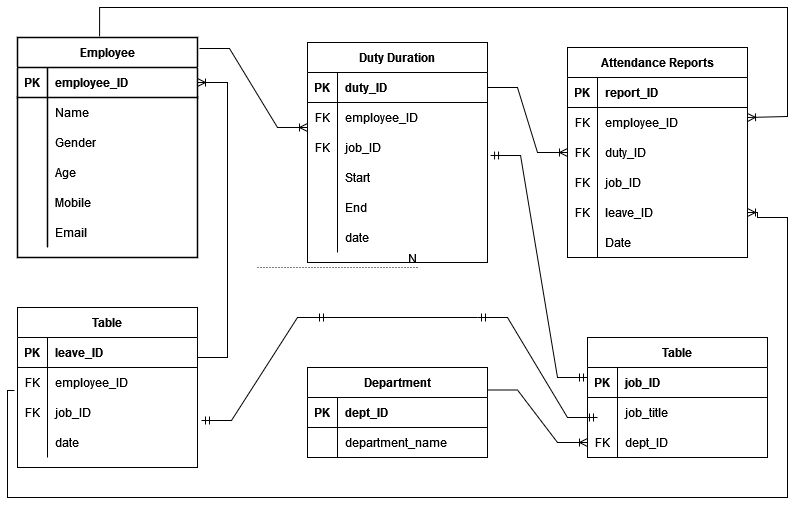
This is postgresql/ER Diagram of AMS.drawio.png from Jaskaran11/Training, a draw.io export, as it was before one commit. Source tidied: cells renumbered, new cells last; positions are measured from the earlier drawing's top-left corner, leaving out a move shared by most shapes.
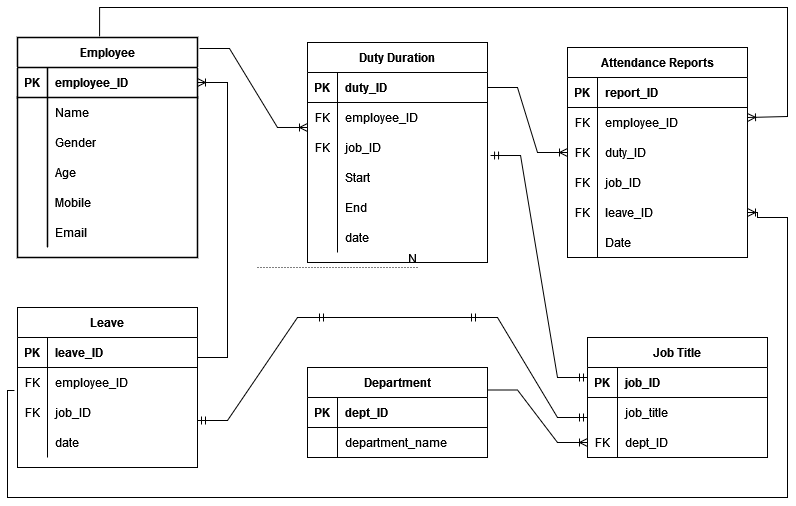
After the change.

What changed in the source:
```diff
@@ -197,7 +197,7 @@
     <mxCell id="66" value="department_name" style="shape=partialRectangle;fillColor=none;top=0;left=0;bottom=0;right=0;align=left;spacingLeft=6;overflow=hidden;shadow=0;strokeColor=default;strokeWidth=1;" parent="64" vertex="1">
       <mxGeometry x="30" width="150" height="30" as="geometry" />
     </mxCell>
-    <mxCell id="67" value="Table" style="shape=table;startSize=30;rowLines=0;fontStyle=1;align=center;shadow=0;strokeColor=default;strokeWidth=1;fillColor=default;gradientColor=none;" parent="1" vertex="1">
+    <mxCell id="67" value="Job Title" style="shape=table;startSize=30;rowLines=0;fontStyle=1;align=center;shadow=0;strokeColor=default;strokeWidth=1;fillColor=default;gradientColor=none;" parent="1" vertex="1">
       <mxGeometry x="580" y="330" width="180" height="120" as="geometry" />
     </mxCell>
     <mxCell id="68" style="shape=tableRow;horizontal=0;startSize=0;swimlaneHead=0;swimlaneBody=0;fillColor=none;top=0;left=0;right=0;bottom=1;shadow=0;strokeColor=default;strokeWidth=1;" parent="67" vertex="1">
@@ -227,7 +227,7 @@
     <mxCell id="76" value="dept_ID" style="shape=partialRectangle;fillColor=none;top=0;left=0;bottom=0;right=0;align=left;spacingLeft=6;overflow=hidden;shadow=0;strokeColor=default;strokeWidth=1;" parent="74" vertex="1">
       <mxGeometry x="30" width="150" height="30" as="geometry" />
     </mxCell>
-    <mxCell id="77" value="Table" style="shape=table;startSize=30;rowLines=0;fontStyle=1;align=center;shadow=0;strokeColor=default;strokeWidth=1;fillColor=default;gradientColor=none;" parent="1" vertex="1">
+    <mxCell id="77" value="Leave" style="shape=table;startSize=30;rowLines=0;fontStyle=1;align=center;shadow=0;strokeColor=default;strokeWidth=1;fillColor=default;gradientColor=none;" parent="1" vertex="1">
       <mxGeometry x="10" y="300" width="180" height="160" as="geometry" />
     </mxCell>
     <mxCell id="78" style="shape=tableRow;horizontal=0;startSize=0;swimlaneHead=0;swimlaneBody=0;fillColor=none;top=0;left=0;right=0;bottom=1;shadow=0;strokeColor=default;strokeWidth=1;" parent="77" vertex="1">
@@ -273,7 +273,7 @@
     </mxCell>
     <mxCell id="91" style="edgeStyle=entityRelationEdgeStyle;fontSize=12;html=1;endArrow=ERmandOne;startArrow=ERmandOne;rounded=0;" parent="1" edge="1">
       <mxGeometry relative="1" as="geometry">
-        <mxPoint x="194" y="413" as="sourcePoint" />
+        <mxPoint x="190" y="413" as="sourcePoint" />
         <mxPoint x="320" y="310" as="targetPoint" />
       </mxGeometry>
     </mxCell>
@@ -285,8 +285,8 @@
     </mxCell>
     <mxCell id="93" style="edgeStyle=entityRelationEdgeStyle;fontSize=12;html=1;endArrow=ERmandOne;startArrow=ERmandOne;rounded=0;" parent="1" edge="1">
       <mxGeometry relative="1" as="geometry">
-        <mxPoint x="470" y="310" as="sourcePoint" />
-        <mxPoint x="590" y="410" as="targetPoint" />
+        <mxPoint x="460" y="310" as="sourcePoint" />
+        <mxPoint x="580" y="410" as="targetPoint" />
       </mxGeometry>
     </mxCell>
     <mxCell id="94" style="edgeStyle=entityRelationEdgeStyle;fontSize=12;html=1;endArrow=ERmandOne;startArrow=ERmandOne;rounded=0;exitX=1.017;exitY=0.767;exitDx=0;exitDy=0;exitPerimeter=0;" parent="1" edge="1" source="28">
```
